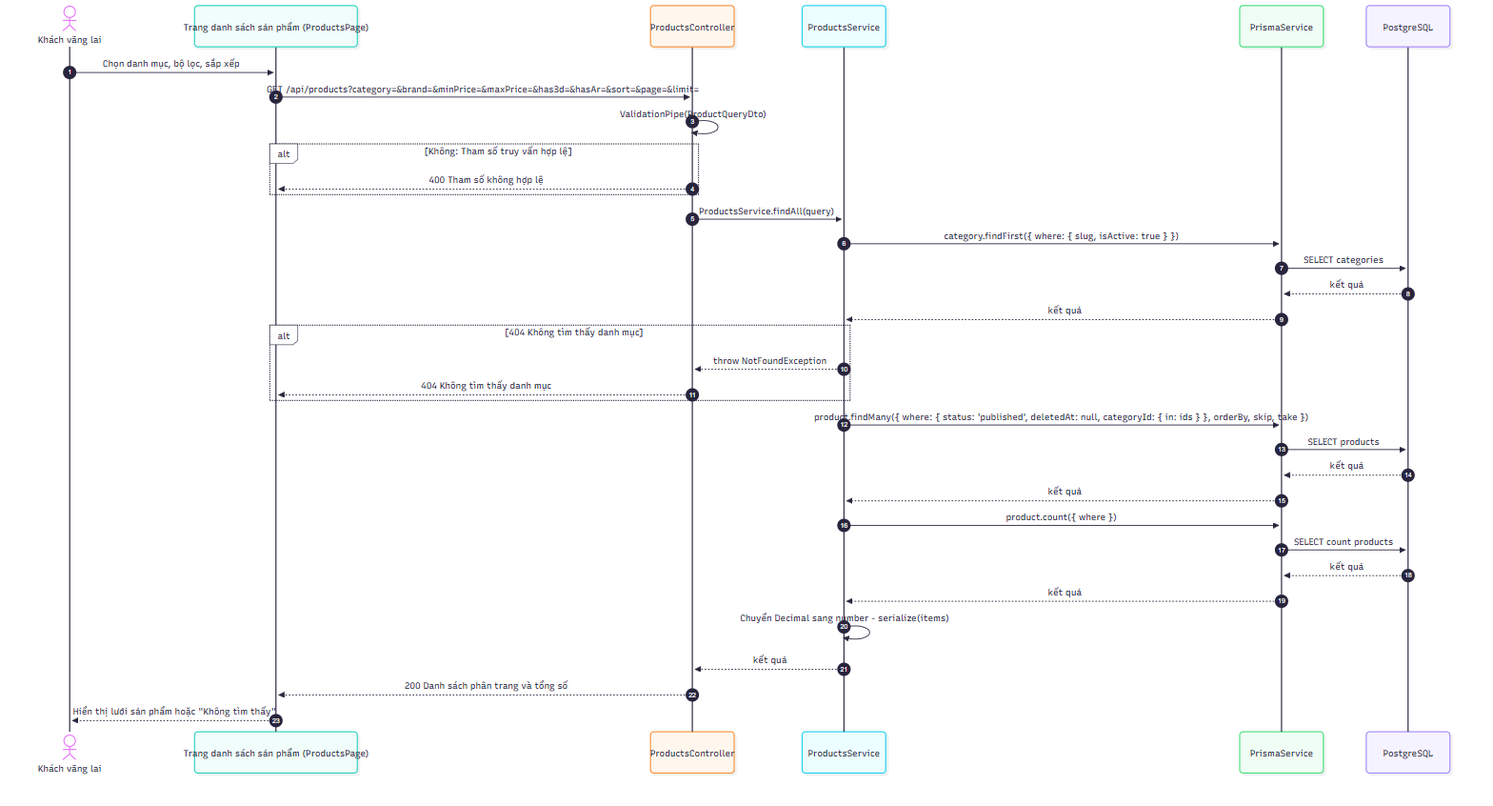
2431540234-arch/XDUDTMDT keeps this Mermaid diagram as docs/diagrams/png/sequence_UC-CAT-02_duyet-san-pham-theo-danh-muc.png. Above is the earlier version. Its source is kept beside it as docs/diagrams/src/sequence_UC-CAT-02_duyet-san-pham-theo-danh-muc.mmd.
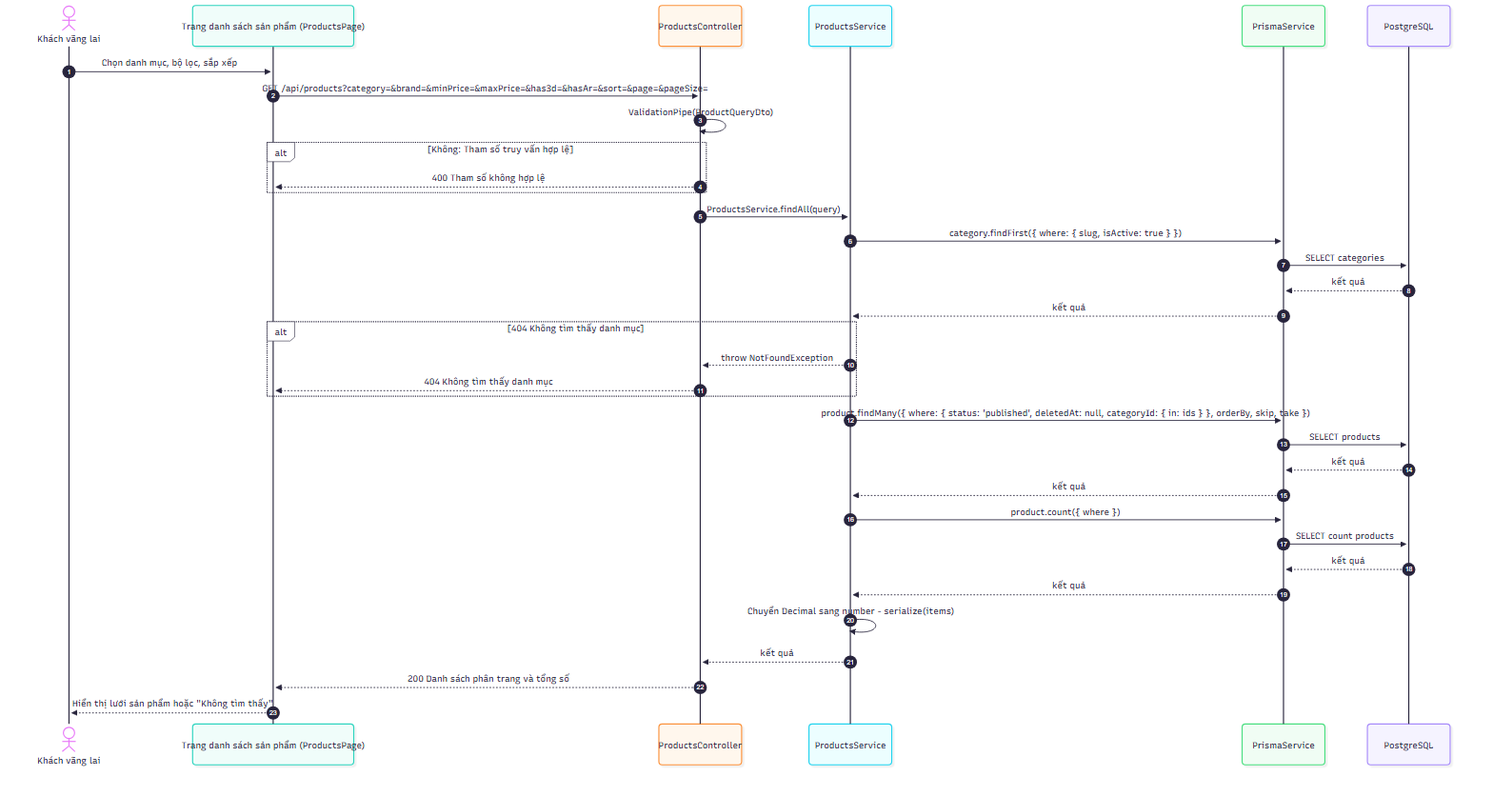
The same diagram one commit later.

Change to the diagram source:
```diff
@@ -7,7 +7,7 @@
     participant P as PrismaService
     participant D as PostgreSQL
     A->>FE: Chọn danh mục, bộ lọc, sắp xếp
-    FE->>C: GET /api/products?category=&brand=&minPrice=&maxPrice=&has3d=&hasAr=&sort=&page=&limit=
+    FE->>C: GET /api/products?category=&brand=&minPrice=&maxPrice=&has3d=&hasAr=&sort=&page=&pageSize=
     C->>C: ValidationPipe(ProductQueryDto)
     alt Không: Tham số truy vấn hợp lệ
         C-->>FE: 400 Tham số không hợp lệ
```
